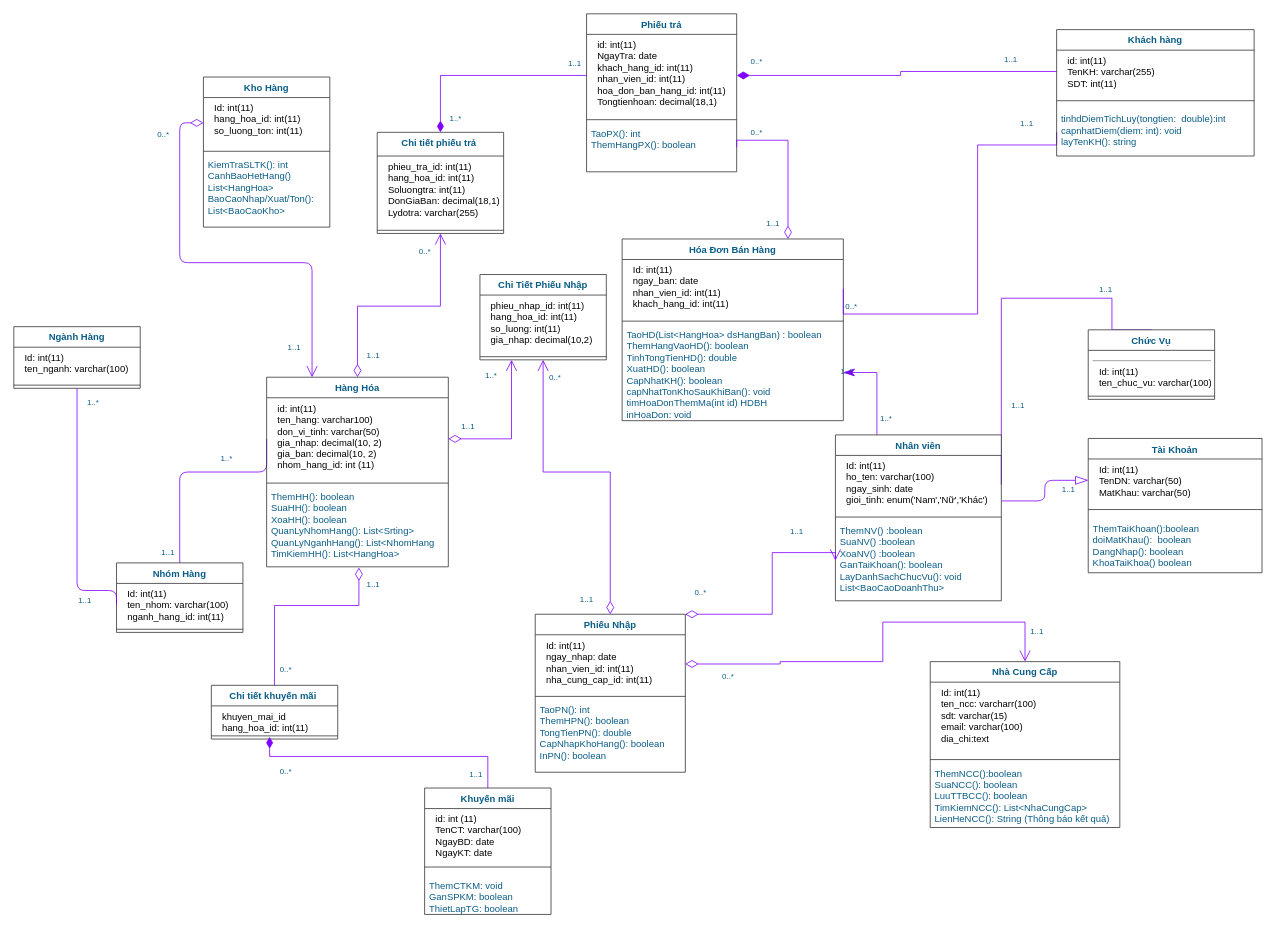
The draw.io diagram classdiagram.drawio in RomJoke/K, before the edit. Source tidied: cells renumbered, new cells numbered last; positions are measured from the earlier drawing's top-left corner, leaving out a move shared by most shapes. Both pictures are drawn from the tidied source at 79%, with x=0, y=0 at pixel (13, 13).
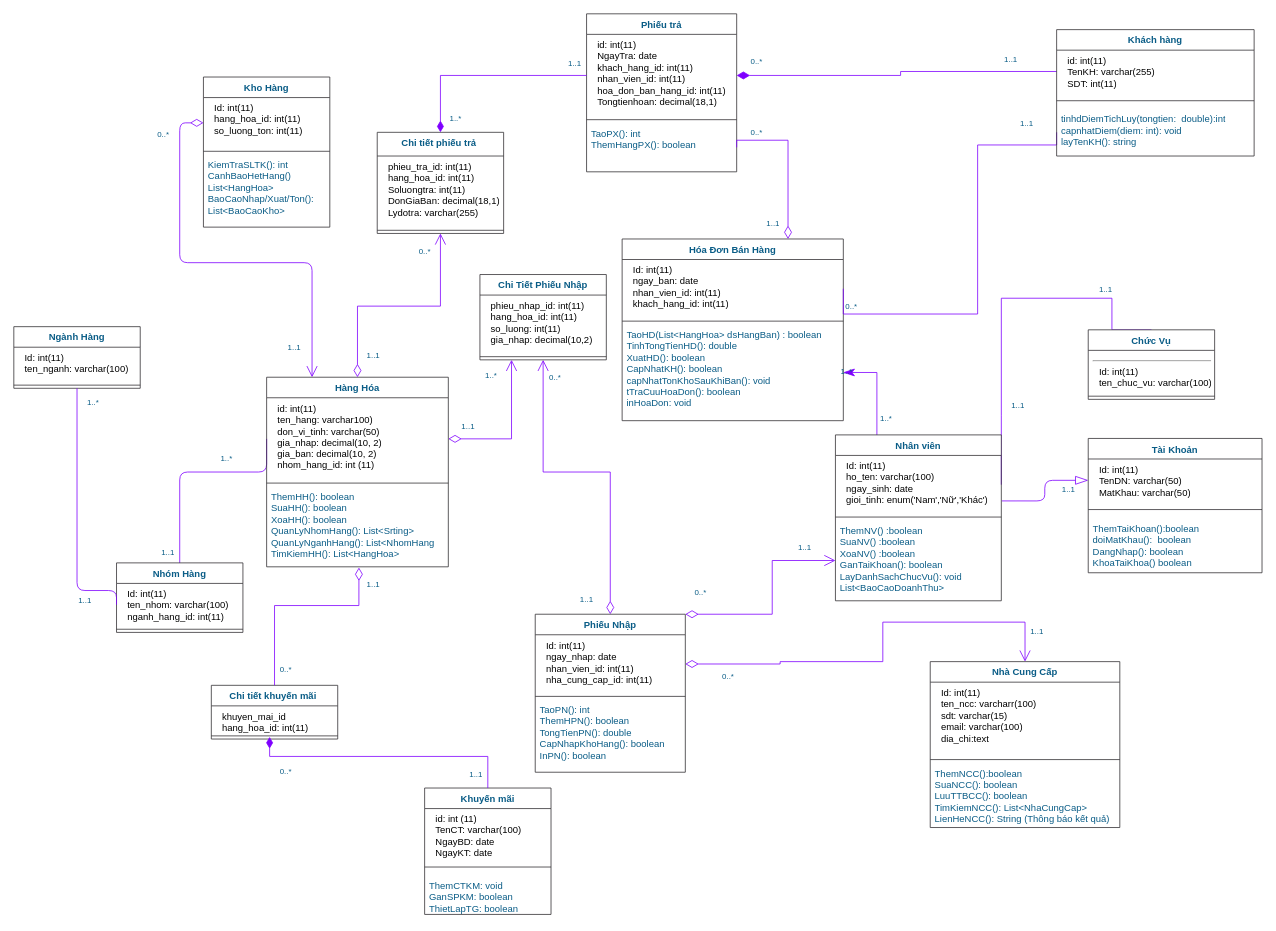
After the change.

The change refers to these unchanged cells:
```xml
<mxCell id="34" value="Hóa Đơn Bán Hàng" style="swimlane;fontStyle=1;align=center;verticalAlign=top;horizontal=1;startSize=26;whiteSpace=wrap;html=1;strokeColor=light-dark(#333135, #d176ff);fontColor=#095C86;fillColor=#FFFFFF;" parent="1" vertex="1">
  <mxGeometry x="770" y="285" width="280" height="230" as="geometry" />
</mxCell>
<mxCell id="38" value="Phiếu Nhập" style="swimlane;fontStyle=1;align=center;verticalAlign=top;horizontal=1;startSize=26;whiteSpace=wrap;html=1;strokeColor=light-dark(#333135, #d176ff);fontColor=#095C86;fillColor=#FFFFFF;" parent="1" vertex="1">
  <mxGeometry x="660" y="760" width="190" height="200" as="geometry" />
</mxCell>
<mxCell id="56" value="ThemNV() :boolean&lt;div&gt;SuaNV() :&lt;span style=&quot;background-color: transparent; color: light-dark(rgb(9, 92, 134), rgb(112, 183, 219));&quot;&gt;boolean&lt;/span&gt;&lt;/div&gt;&lt;div&gt;XoaNV() :&lt;span style=&quot;background-color: transparent; color: light-dark(rgb(9, 92, 134), rgb(112, 183, 219));&quot;&gt;boolean&lt;/span&gt;&lt;/div&gt;&lt;div&gt;GanTaiKhoan(): boolean&lt;/div&gt;&lt;div&gt;LayDanhSachChucVu(): void&lt;/div&gt;&lt;div&gt;List&amp;lt;BaoCaoDoanhThu&amp;gt;&lt;/div&gt;" style="text;strokeColor=none;fillColor=none;align=left;verticalAlign=top;spacingLeft=4;spacingRight=4;overflow=hidden;points=[[0,0.5],[1,0.5]];portConstraint=eastwest;whiteSpace=wrap;html=1;fontColor=#095C86;" parent="53" vertex="1">
  <mxGeometry y="108" width="210" height="102" as="geometry" />
</mxCell>
```

Diff of the diagram source:
```diff
@@
-    <mxCell id="37" value="TaoHD(List&amp;lt;HangHoa&amp;gt; dsHangBan) : boolean&amp;nbsp;&lt;div&gt;ThemHangVaoHD(): boolean&lt;/div&gt;&lt;div&gt;TinhTongTienHD(): double&lt;/div&gt;&lt;div&gt;XuatHD(): boolean&lt;/div&gt;&lt;div&gt;CapNhatKH(): boolean&lt;/div&gt;&lt;div&gt;capNhatTonKhoSauKhiBan(): void&lt;/div&gt;&lt;div&gt;timHoaDonThemMa(int id) HDBH&lt;/div&gt;&lt;div&gt;inHoaDon: void&lt;/div&gt;" style="text;strokeColor=none;fillColor=none;align=left;verticalAlign=top;spacingLeft=4;spacingRight=4;overflow=hidden;points=[[0,0.5],[1,0.5]];portConstraint=eastwest;whiteSpace=wrap;html=1;fontColor=#095C86;" parent="34" vertex="1">
+    <mxCell id="37" value="TaoHD(List&amp;lt;HangHoa&amp;gt; dsHangBan) : boolean&amp;nbsp;&lt;div&gt;TinhTongTienHD(): double&lt;/div&gt;&lt;div&gt;XuatHD(): boolean&lt;/div&gt;&lt;div&gt;CapNhatKH(): boolean&lt;/div&gt;&lt;div&gt;capNhatTonKhoSauKhiBan(): void&lt;/div&gt;&lt;div&gt;tTraCuuHoaDon(): boolean&lt;/div&gt;&lt;div&gt;inHoaDon: void&lt;/div&gt;" style="text;strokeColor=none;fillColor=none;align=left;verticalAlign=top;spacingLeft=4;spacingRight=4;overflow=hidden;points=[[0,0.5],[1,0.5]];portConstraint=eastwest;whiteSpace=wrap;html=1;fontColor=#095C86;" parent="34" vertex="1">
       <mxGeometry y="108" width="280" height="122" as="geometry" />
     </mxCell>
@@
     <mxCell id="85" style="endArrow=open;endSize=12;startArrow=diamondThin;startSize=14;startFill=0;edgeStyle=orthogonalEdgeStyle;rounded=0;labelBackgroundColor=none;strokeColor=#7F00FF;fontColor=default;exitX=1;exitY=0;exitDx=0;exitDy=0;entryX=0;entryY=0.5;entryDx=0;entryDy=0;" parent="1" edge="1" source="38" target="56">
       <mxGeometry x="519.4" y="180" as="geometry">
         <Array as="points">
           <mxPoint x="960" y="760" />
-          <mxPoint x="960" y="682" />
+          <mxPoint x="960" y="692" />
         </Array>
       </mxGeometry>
     </mxCell>
@@
     <mxCell id="87" value="1..1" style="align=left;verticalAlign=top;labelBackgroundColor=none;fontSize=10;strokeColor=#AF45ED;shadow=1;fillColor=#F694C1;fontColor=#095C86;" parent="1" vertex="1">
-      <mxGeometry x="1000" y="640" as="geometry">
+      <mxGeometry x="1010" y="660" as="geometry">
         <mxPoint x="-19" y="3" as="offset" />
       </mxGeometry>
     </mxCell>
```
